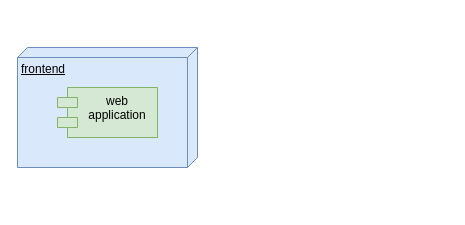
Earlier version of the draw.io diagram workflows/components_architecture.drawio (movies-albrains/.github). Source tidied: cells renumbered, new cells numbered last; positions are measured from the earlier drawing's top-left corner, leaving out a move shared by most shapes. Both pictures are drawn from the tidied source at 100%, with x=0, y=0 at pixel (17, 47).
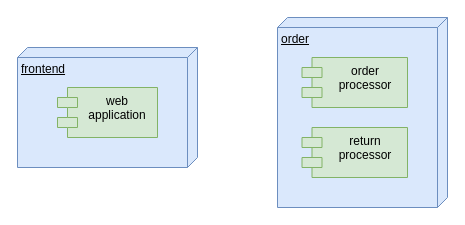
After the change.

Commit message (it also covers changes not shown here):
Mettre à jour components_architecture.drawio

What changed in the source:
```diff
@@
 <mxGraphModel>
   <root>
     <mxCell id="0" />
     <mxCell id="1" parent="0" />
     <mxCell id="2" value="frontend" style="verticalAlign=top;align=left;spacingTop=8;spacingLeft=2;spacingRight=12;shape=cube;size=10;direction=south;fontStyle=4;html=1;whiteSpace=wrap;fillColor=#dae8fc;strokeColor=#6c8ebf;" parent="1" vertex="1">
       <mxGeometry width="180" height="120" as="geometry" />
     </mxCell>
     <mxCell id="3" value="web application" style="shape=module;align=left;spacingLeft=20;align=center;verticalAlign=top;whiteSpace=wrap;html=1;fillColor=#d5e8d4;strokeColor=#82b366;" parent="2" vertex="1">
       <mxGeometry x="40" y="40" width="100" height="50" as="geometry" />
     </mxCell>
+    <mxCell id="4" value="order" style="verticalAlign=top;align=left;spacingTop=8;spacingLeft=2;spacingRight=12;shape=cube;size=10;direction=south;fontStyle=4;html=1;whiteSpace=wrap;fillColor=#dae8fc;strokeColor=#6c8ebf;" parent="1" vertex="1">
+      <mxGeometry x="260" y="-30" width="170" height="190" as="geometry" />
+    </mxCell>
+    <mxCell id="5" value="order processor" style="shape=module;align=left;spacingLeft=20;align=center;verticalAlign=top;whiteSpace=wrap;html=1;fillColor=#d5e8d4;strokeColor=#82b366;" parent="4" vertex="1">
+      <mxGeometry x="24.5" y="40" width="105.5" height="50" as="geometry" />
+    </mxCell>
+    <mxCell id="6" value="return processor" style="shape=module;align=left;spacingLeft=20;align=center;verticalAlign=top;whiteSpace=wrap;html=1;fillColor=#d5e8d4;strokeColor=#82b366;" parent="4" vertex="1">
+      <mxGeometry x="24.5" y="110" width="105.5" height="50" as="geometry" />
+    </mxCell>
   </root>
 </mxGraphModel>
```
